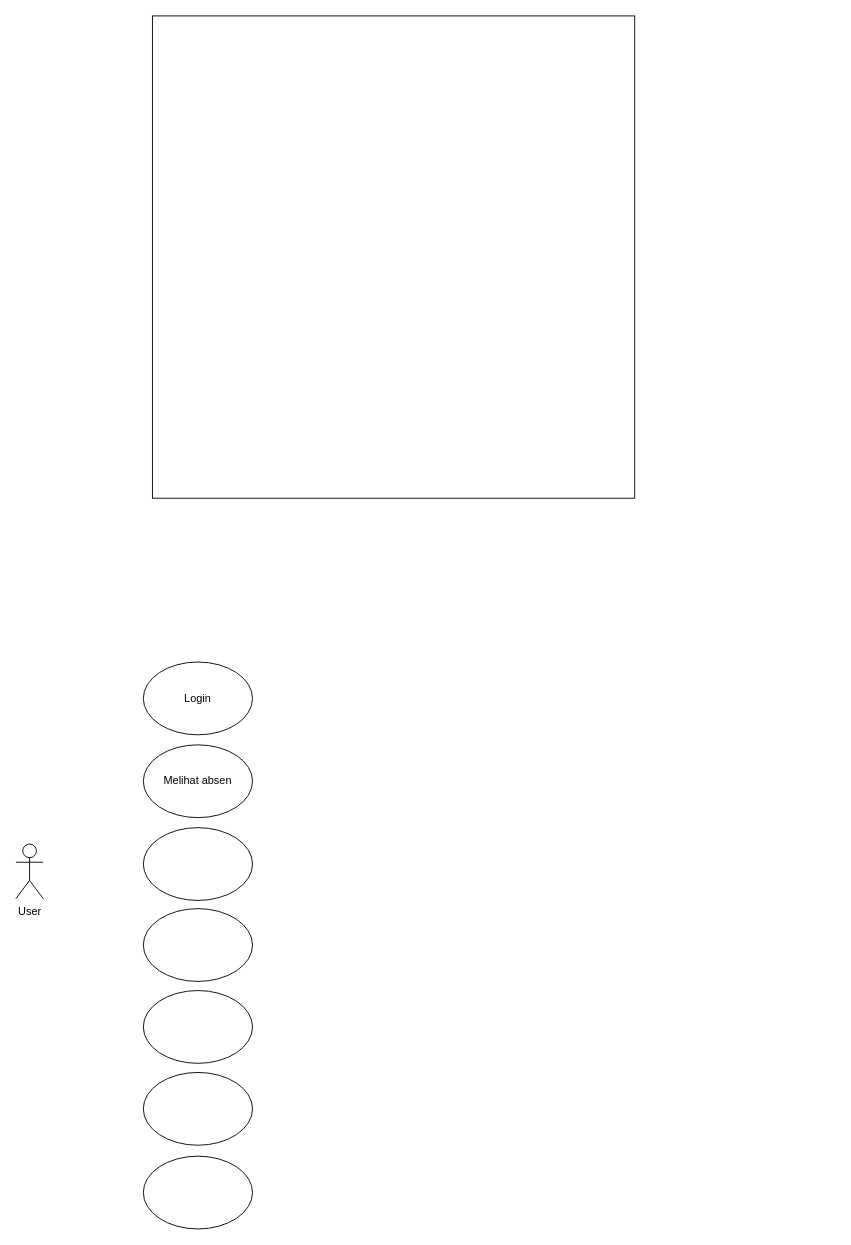
This is page "Use Case Diagram" (3 of 3) of ERDS1AR/ERD S1AR.drawio from magang-aiia/ERD-Diagram, a draw.io file, before an edit. Source tidied: cells renumbered, new cells numbered last; positions are measured from the earlier drawing's top-left corner, leaving out a move shared by most shapes. Both pictures are drawn from the tidied source at 91%, with x=0, y=0 at pixel (15, 15).
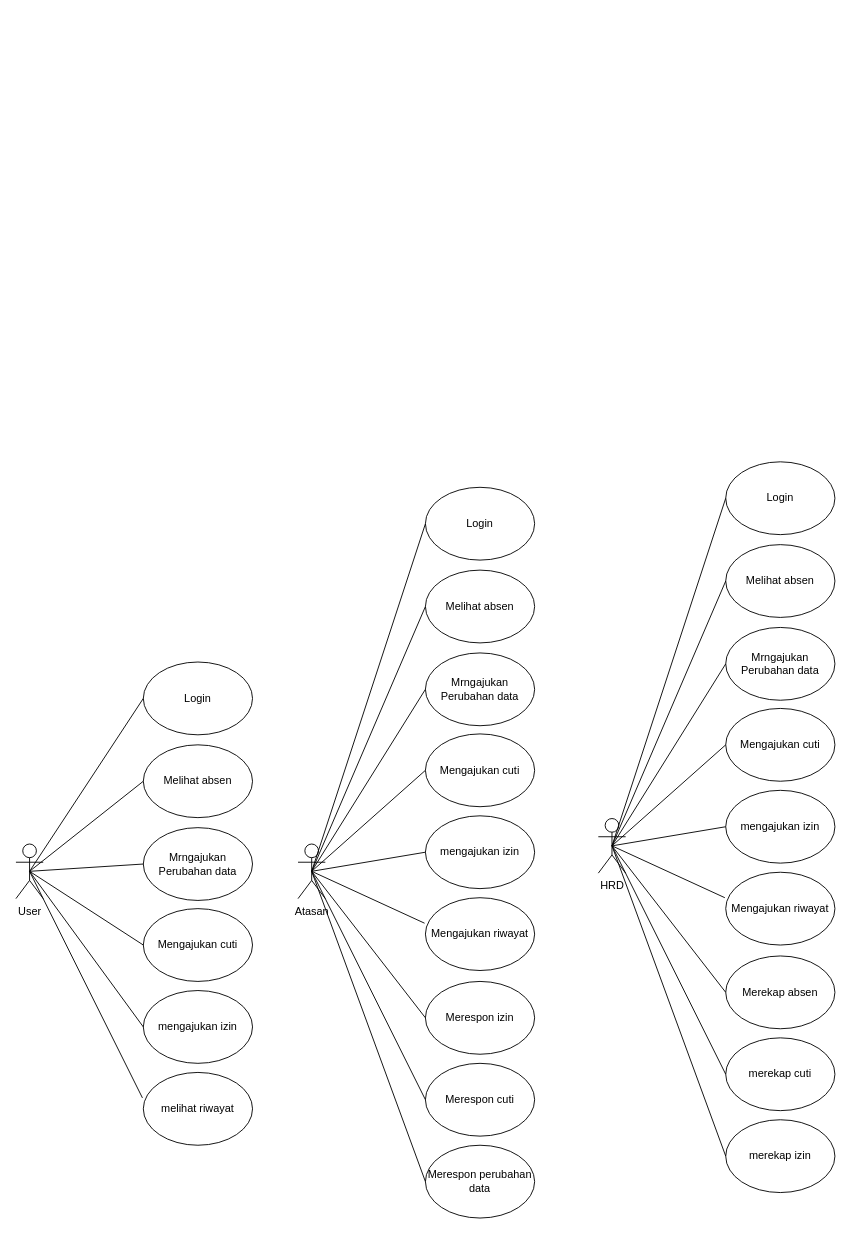
Above is the later version.

Unchanged cells that the change refers to:
```xml
<mxCell id="3" value="User" style="shape=umlActor;verticalLabelPosition=bottom;verticalAlign=top;html=1;outlineConnect=0;fillColor=#FFFFFF;" parent="1" vertex="1">
  <mxGeometry y="910" width="30" height="60" as="geometry" />
</mxCell>
<mxCell id="4" value="Login" style="ellipse;whiteSpace=wrap;html=1;fillColor=#FFFFFF;" parent="1" vertex="1">
  <mxGeometry x="140" y="710" width="120" height="80" as="geometry" />
</mxCell>
<mxCell id="5" value="Melihat absen" style="ellipse;whiteSpace=wrap;html=1;fillColor=#FFFFFF;" parent="1" vertex="1">
  <mxGeometry x="140" y="801" width="120" height="80" as="geometry" />
</mxCell>
```

Change to the diagram source:
```diff
@@
-    <mxCell id="2" style="whiteSpace=wrap;html=1;fillColor=#FFFFFF;imageWidth=1000;imageHeight=1000;" parent="1" vertex="1">
-      <mxGeometry x="150" width="530" height="530" as="geometry" />
-    </mxCell>
@@
-    <mxCell id="6" style="ellipse;whiteSpace=wrap;html=1;fillColor=#FFFFFF;" parent="1" vertex="1">
+    <mxCell id="6" value="Mrngajukan Perubahan data" style="ellipse;whiteSpace=wrap;html=1;fillColor=#FFFFFF;" parent="1" vertex="1">
       <mxGeometry x="140" y="892" width="120" height="80" as="geometry" />
     </mxCell>
-    <mxCell id="7" style="ellipse;whiteSpace=wrap;html=1;fillColor=#FFFFFF;" parent="1" vertex="1">
+    <mxCell id="7" value="Mengajukan cuti" style="ellipse;whiteSpace=wrap;html=1;fillColor=#FFFFFF;" parent="1" vertex="1">
       <mxGeometry x="140" y="981" width="120" height="80" as="geometry" />
     </mxCell>
-    <mxCell id="8" style="ellipse;whiteSpace=wrap;html=1;fillColor=#FFFFFF;" parent="1" vertex="1">
-      <mxGeometry x="140" y="1253" width="120" height="80" as="geometry" />
+    <mxCell id="8" value="Merespon izin" style="ellipse;whiteSpace=wrap;html=1;fillColor=#FFFFFF;" parent="1" vertex="1">
+      <mxGeometry x="450" y="1061" width="120" height="80" as="geometry" />
     </mxCell>
-    <mxCell id="9" style="ellipse;whiteSpace=wrap;html=1;fillColor=#FFFFFF;" parent="1" vertex="1">
+    <mxCell id="9" value="melihat riwayat" style="ellipse;whiteSpace=wrap;html=1;fillColor=#FFFFFF;" parent="1" vertex="1">
       <mxGeometry x="140" y="1161" width="120" height="80" as="geometry" />
     </mxCell>
-    <mxCell id="10" style="ellipse;whiteSpace=wrap;html=1;fillColor=#FFFFFF;" parent="1" vertex="1">
+    <mxCell id="10" value="mengajukan izin" style="ellipse;whiteSpace=wrap;html=1;fillColor=#FFFFFF;" parent="1" vertex="1">
       <mxGeometry x="140" y="1071" width="120" height="80" as="geometry" />
     </mxCell>
+    <mxCell id="11" style="endArrow=none;html=1;rounded=0;exitX=0.5;exitY=0.5;exitDx=0;exitDy=0;exitPerimeter=0;entryX=0;entryY=0.5;entryDx=0;entryDy=0;" parent="1" edge="1" source="3" target="4">
+      <mxGeometry relative="1" as="geometry" />
+    </mxCell>
+    <mxCell id="12" style="endArrow=none;html=1;rounded=0;entryX=0;entryY=0.5;entryDx=0;entryDy=0;exitX=0.5;exitY=0.5;exitDx=0;exitDy=0;exitPerimeter=0;" parent="1" edge="1" source="3" target="5">
+      <mxGeometry relative="1" as="geometry" />
+    </mxCell>
+    <mxCell id="13" style="endArrow=none;html=1;rounded=0;entryX=0;entryY=0.5;entryDx=0;entryDy=0;exitX=0.5;exitY=0.5;exitDx=0;exitDy=0;exitPerimeter=0;" parent="1" edge="1" source="3" target="6">
+      <mxGeometry relative="1" as="geometry" />
+    </mxCell>
+    <mxCell id="14" style="endArrow=none;html=1;rounded=0;entryX=0;entryY=0.5;entryDx=0;entryDy=0;exitX=0.5;exitY=0.5;exitDx=0;exitDy=0;exitPerimeter=0;" parent="1" edge="1" source="3" target="7">
+      <mxGeometry relative="1" as="geometry" />
+    </mxCell>
+    <mxCell id="15" style="endArrow=none;html=1;rounded=0;entryX=0;entryY=0.5;entryDx=0;entryDy=0;exitX=0.5;exitY=0.5;exitDx=0;exitDy=0;exitPerimeter=0;" parent="1" edge="1" source="3" target="10">
+      <mxGeometry relative="1" as="geometry" />
+    </mxCell>
+    <mxCell id="16" style="endArrow=none;html=1;rounded=0;entryX=-0.008;entryY=0.35;entryDx=0;entryDy=0;entryPerimeter=0;exitX=0.5;exitY=0.5;exitDx=0;exitDy=0;exitPerimeter=0;" parent="1" edge="1" source="3" target="9">
+      <mxGeometry relative="1" as="geometry" />
+    </mxCell>
+    <mxCell id="17" value="Atasan" style="shape=umlActor;verticalLabelPosition=bottom;verticalAlign=top;html=1;outlineConnect=0;fillColor=#FFFFFF;" parent="1" vertex="1">
+      <mxGeometry x="310" y="910" width="30" height="60" as="geometry" />
+    </mxCell>
+    <mxCell id="18" value="Login" style="ellipse;whiteSpace=wrap;html=1;fillColor=#FFFFFF;" parent="1" vertex="1">
+      <mxGeometry x="450" y="518" width="120" height="80" as="geometry" />
+    </mxCell>
+    <mxCell id="19" value="Melihat absen" style="ellipse;whiteSpace=wrap;html=1;fillColor=#FFFFFF;" parent="1" vertex="1">
+      <mxGeometry x="450" y="609" width="120" height="80" as="geometry" />
+    </mxCell>
+    <mxCell id="20" value="Mrngajukan Perubahan data" style="ellipse;whiteSpace=wrap;html=1;fillColor=#FFFFFF;" parent="1" vertex="1">
+      <mxGeometry x="450" y="700" width="120" height="80" as="geometry" />
+    </mxCell>
+    <mxCell id="21" value="Mengajukan cuti" style="ellipse;whiteSpace=wrap;html=1;fillColor=#FFFFFF;" parent="1" vertex="1">
+      <mxGeometry x="450" y="789" width="120" height="80" as="geometry" />
+    </mxCell>
+    <mxCell id="22" value="Mengajukan riwayat" style="ellipse;whiteSpace=wrap;html=1;fillColor=#FFFFFF;" parent="1" vertex="1">
+      <mxGeometry x="450" y="969" width="120" height="80" as="geometry" />
+    </mxCell>
+    <mxCell id="23" value="mengajukan izin" style="ellipse;whiteSpace=wrap;html=1;fillColor=#FFFFFF;" parent="1" vertex="1">
+      <mxGeometry x="450" y="879" width="120" height="80" as="geometry" />
+    </mxCell>
+    <mxCell id="24" style="endArrow=none;html=1;rounded=0;exitX=0.5;exitY=0.5;exitDx=0;exitDy=0;exitPerimeter=0;entryX=0;entryY=0.5;entryDx=0;entryDy=0;" parent="1" edge="1" source="17" target="18">
+      <mxGeometry relative="1" as="geometry" />
+    </mxCell>
+    <mxCell id="25" style="endArrow=none;html=1;rounded=0;entryX=0;entryY=0.5;entryDx=0;entryDy=0;exitX=0.5;exitY=0.5;exitDx=0;exitDy=0;exitPerimeter=0;" parent="1" edge="1" source="17" target="19">
+      <mxGeometry relative="1" as="geometry" />
+    </mxCell>
+    <mxCell id="26" style="endArrow=none;html=1;rounded=0;entryX=0;entryY=0.5;entryDx=0;entryDy=0;exitX=0.5;exitY=0.5;exitDx=0;exitDy=0;exitPerimeter=0;" parent="1" edge="1" source="17" target="20">
+      <mxGeometry relative="1" as="geometry" />
+    </mxCell>
+    <mxCell id="27" style="endArrow=none;html=1;rounded=0;entryX=0;entryY=0.5;entryDx=0;entryDy=0;exitX=0.5;exitY=0.5;exitDx=0;exitDy=0;exitPerimeter=0;" parent="1" edge="1" source="17" target="21">
+      <mxGeometry relative="1" as="geometry" />
+    </mxCell>
+    <mxCell id="28" style="endArrow=none;html=1;rounded=0;entryX=0;entryY=0.5;entryDx=0;entryDy=0;exitX=0.5;exitY=0.5;exitDx=0;exitDy=0;exitPerimeter=0;" parent="1" edge="1" source="17" target="23">
+      <mxGeometry relative="1" as="geometry" />
+    </mxCell>
+    <mxCell id="29" style="endArrow=none;html=1;rounded=0;entryX=-0.008;entryY=0.35;entryDx=0;entryDy=0;entryPerimeter=0;exitX=0.5;exitY=0.5;exitDx=0;exitDy=0;exitPerimeter=0;" parent="1" edge="1" source="17" target="22">
+      <mxGeometry relative="1" as="geometry" />
+    </mxCell>
+    <mxCell id="30" style="endArrow=none;html=1;rounded=0;entryX=0.5;entryY=0.5;entryDx=0;entryDy=0;entryPerimeter=0;exitX=0;exitY=0.5;exitDx=0;exitDy=0;" parent="1" edge="1" source="8" target="17">
+      <mxGeometry relative="1" as="geometry" />
+    </mxCell>
+    <mxCell id="31" value="Merespon cuti" style="ellipse;whiteSpace=wrap;html=1;fillColor=#FFFFFF;" parent="1" vertex="1">
+      <mxGeometry x="450" y="1151" width="120" height="80" as="geometry" />
+    </mxCell>
+    <mxCell id="32" value="Merespon perubahan data" style="ellipse;whiteSpace=wrap;html=1;fillColor=#FFFFFF;" parent="1" vertex="1">
+      <mxGeometry x="450" y="1241" width="120" height="80" as="geometry" />
+    </mxCell>
+    <mxCell id="33" style="endArrow=none;html=1;rounded=0;entryX=0.5;entryY=0.5;entryDx=0;entryDy=0;entryPerimeter=0;exitX=0;exitY=0.5;exitDx=0;exitDy=0;" parent="1" edge="1" source="31" target="17">
+      <mxGeometry relative="1" as="geometry" />
+    </mxCell>
+    <mxCell id="34" style="endArrow=none;html=1;rounded=0;entryX=0.5;entryY=0.5;entryDx=0;entryDy=0;entryPerimeter=0;exitX=0;exitY=0.5;exitDx=0;exitDy=0;" parent="1" edge="1" source="32" target="17">
+      <mxGeometry relative="1" as="geometry" />
+    </mxCell>
+    <mxCell id="35" value="Merekap absen" style="ellipse;whiteSpace=wrap;html=1;fillColor=#FFFFFF;" parent="1" vertex="1">
+      <mxGeometry x="780" y="1033" width="120" height="80" as="geometry" />
+    </mxCell>
+    <mxCell id="36" value="HRD" style="shape=umlActor;verticalLabelPosition=bottom;verticalAlign=top;html=1;outlineConnect=0;fillColor=#FFFFFF;" parent="1" vertex="1">
+      <mxGeometry x="640" y="882" width="30" height="60" as="geometry" />
+    </mxCell>
+    <mxCell id="37" value="Login" style="ellipse;whiteSpace=wrap;html=1;fillColor=#FFFFFF;" parent="1" vertex="1">
+      <mxGeometry x="780" y="490" width="120" height="80" as="geometry" />
+    </mxCell>
+    <mxCell id="38" value="Melihat absen" style="ellipse;whiteSpace=wrap;html=1;fillColor=#FFFFFF;" parent="1" vertex="1">
+      <mxGeometry x="780" y="581" width="120" height="80" as="geometry" />
+    </mxCell>
+    <mxCell id="39" value="Mrngajukan Perubahan data" style="ellipse;whiteSpace=wrap;html=1;fillColor=#FFFFFF;" parent="1" vertex="1">
+      <mxGeometry x="780" y="672" width="120" height="80" as="geometry" />
+    </mxCell>
+    <mxCell id="40" value="Mengajukan cuti" style="ellipse;whiteSpace=wrap;html=1;fillColor=#FFFFFF;" parent="1" vertex="1">
+      <mxGeometry x="780" y="761" width="120" height="80" as="geometry" />
+    </mxCell>
+    <mxCell id="41" value="Mengajukan riwayat" style="ellipse;whiteSpace=wrap;html=1;fillColor=#FFFFFF;" parent="1" vertex="1">
+      <mxGeometry x="780" y="941" width="120" height="80" as="geometry" />
+    </mxCell>
+    <mxCell id="42" value="mengajukan izin" style="ellipse;whiteSpace=wrap;html=1;fillColor=#FFFFFF;" parent="1" vertex="1">
+      <mxGeometry x="780" y="851" width="120" height="80" as="geometry" />
+    </mxCell>
+    <mxCell id="43" style="endArrow=none;html=1;rounded=0;exitX=0.5;exitY=0.5;exitDx=0;exitDy=0;exitPerimeter=0;entryX=0;entryY=0.5;entryDx=0;entryDy=0;" parent="1" edge="1" source="36" target="37">
+      <mxGeometry relative="1" as="geometry" />
+    </mxCell>
+    <mxCell id="44" style="endArrow=none;html=1;rounded=0;entryX=0;entryY=0.5;entryDx=0;entryDy=0;exitX=0.5;exitY=0.5;exitDx=0;exitDy=0;exitPerimeter=0;" parent="1" edge="1" source="36" target="38">
+      <mxGeometry relative="1" as="geometry" />
+    </mxCell>
+    <mxCell id="45" style="endArrow=none;html=1;rounded=0;entryX=0;entryY=0.5;entryDx=0;entryDy=0;exitX=0.5;exitY=0.5;exitDx=0;exitDy=0;exitPerimeter=0;" parent="1" edge="1" source="36" target="39">
+      <mxGeometry relative="1" as="geometry" />
+    </mxCell>
+    <mxCell id="46" style="endArrow=none;html=1;rounded=0;entryX=0;entryY=0.5;entryDx=0;entryDy=0;exitX=0.5;exitY=0.5;exitDx=0;exitDy=0;exitPerimeter=0;" parent="1" edge="1" source="36" target="40">
+      <mxGeometry relative="1" as="geometry" />
+    </mxCell>
+    <mxCell id="47" style="endArrow=none;html=1;rounded=0;entryX=0;entryY=0.5;entryDx=0;entryDy=0;exitX=0.5;exitY=0.5;exitDx=0;exitDy=0;exitPerimeter=0;" parent="1" edge="1" source="36" target="42">
+      <mxGeometry relative="1" as="geometry" />
+    </mxCell>
+    <mxCell id="48" style="endArrow=none;html=1;rounded=0;entryX=-0.008;entryY=0.35;entryDx=0;entryDy=0;entryPerimeter=0;exitX=0.5;exitY=0.5;exitDx=0;exitDy=0;exitPerimeter=0;" parent="1" edge="1" source="36" target="41">
+      <mxGeometry relative="1" as="geometry" />
+    </mxCell>
+    <mxCell id="49" style="endArrow=none;html=1;rounded=0;entryX=0.5;entryY=0.5;entryDx=0;entryDy=0;entryPerimeter=0;exitX=0;exitY=0.5;exitDx=0;exitDy=0;" parent="1" edge="1" source="35" target="36">
+      <mxGeometry relative="1" as="geometry" />
+    </mxCell>
+    <mxCell id="50" value="merekap cuti" style="ellipse;whiteSpace=wrap;html=1;fillColor=#FFFFFF;" parent="1" vertex="1">
+      <mxGeometry x="780" y="1123" width="120" height="80" as="geometry" />
+    </mxCell>
+    <mxCell id="51" value="merekap izin" style="ellipse;whiteSpace=wrap;html=1;fillColor=#FFFFFF;" parent="1" vertex="1">
+      <mxGeometry x="780" y="1213" width="120" height="80" as="geometry" />
+    </mxCell>
+    <mxCell id="52" style="endArrow=none;html=1;rounded=0;entryX=0.5;entryY=0.5;entryDx=0;entryDy=0;entryPerimeter=0;exitX=0;exitY=0.5;exitDx=0;exitDy=0;" parent="1" edge="1" source="50" target="36">
+      <mxGeometry relative="1" as="geometry" />
+    </mxCell>
+    <mxCell id="53" style="endArrow=none;html=1;rounded=0;entryX=0.5;entryY=0.5;entryDx=0;entryDy=0;entryPerimeter=0;exitX=0;exitY=0.5;exitDx=0;exitDy=0;" parent="1" edge="1" source="51" target="36">
+      <mxGeometry relative="1" as="geometry" />
+    </mxCell>
```
